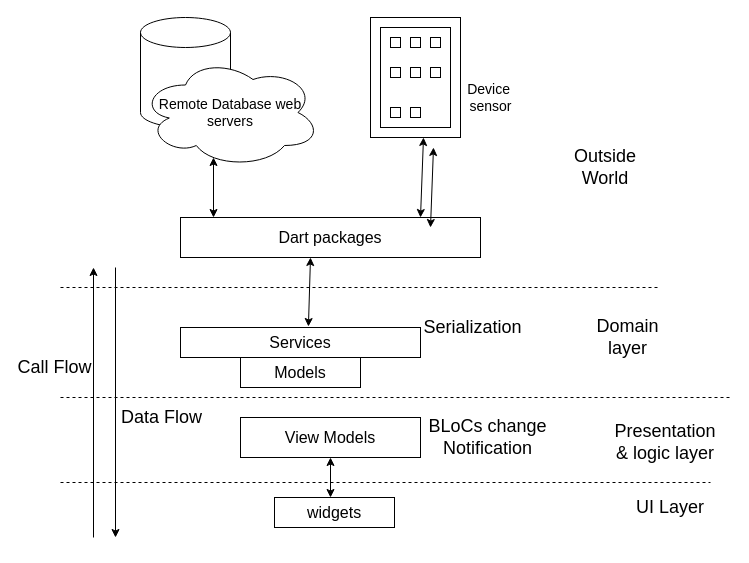
This is page "System Diagram" (4 of 5) of GharBeti(Diagrams).drawio from Sbdpratik/gharbeti, a draw.io file, before an edit. Source tidied: cells renumbered, new cells numbered last; positions are measured from the earlier drawing's top-left corner, leaving out a move shared by most shapes. Both pictures are drawn from the tidied source at 100%, with x=0, y=0 at pixel (60, 17).
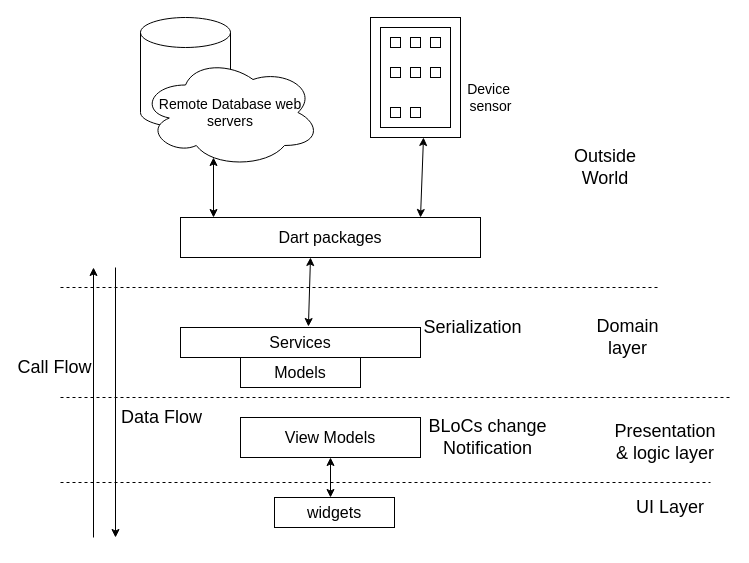
The same page after the edit.

The edit, as a diff of the source:
```diff
@@
-    <mxCell id="18" style="endArrow=classic;startArrow=classic;html=1;" parent="1" edge="1">
-      <mxGeometry relative="1" as="geometry">
-        <mxPoint x="370" y="210" as="sourcePoint" />
-        <mxPoint x="373" y="130" as="targetPoint" />
-      </mxGeometry>
-    </mxCell>
```
